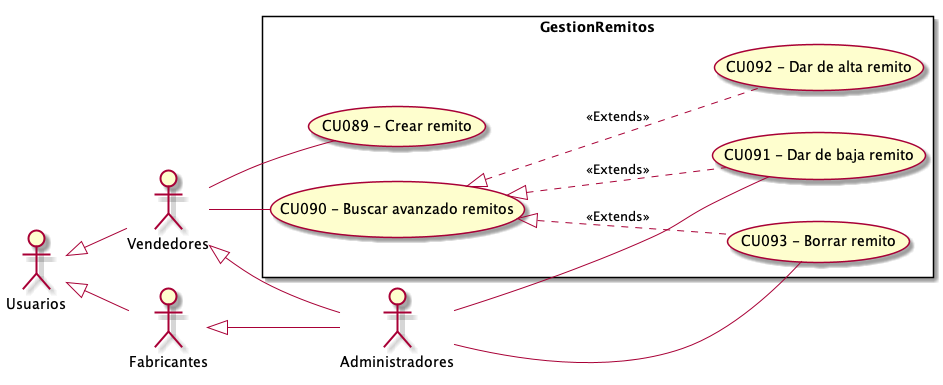
Before: Informe Final/Imagenes/ModeladoDeCasosDeUso/DiagramaDeCasosDeUso/GestionRemitos.png, a diagram exported from PlantUML (ZMGestion/DocumentacionZMGestion).
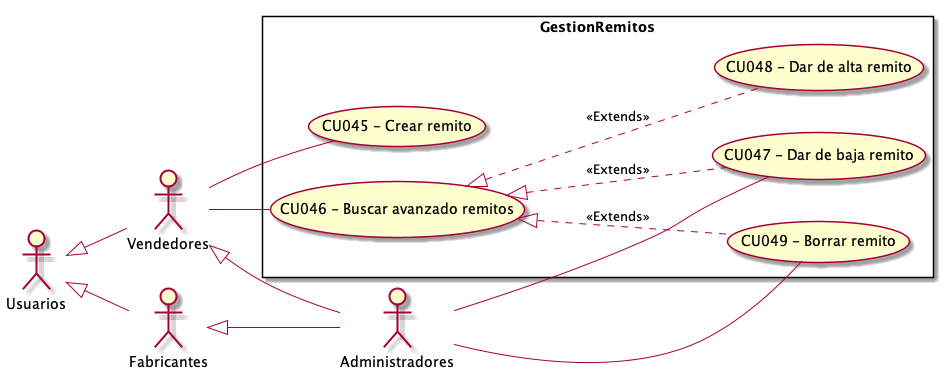
After the change.

Change to the diagram source:
```diff
@@ -13,11 +13,11 @@
  left to right direction
 
 rectangle GestionRemitos{
-    UseCase "CU089 - Crear remito" as C
-    UseCase "CU090 - Buscar avanzado remitos " as BA
-    UseCase "CU091 - Dar de baja remito" as DB
-    UseCase "CU092 - Dar de alta remito" as DA
-    UseCase "CU093 - Borrar remito" as B
+    UseCase "CU045 - Crear remito" as C
+    UseCase "CU046 - Buscar avanzado remitos " as BA
+    UseCase "CU047 - Dar de baja remito" as DB
+    UseCase "CU048 - Dar de alta remito" as DA
+    UseCase "CU049 - Borrar remito" as B
 
     BA <|.. DA : <<Extends>>
     BA <|.. DB : <<Extends>>
```
